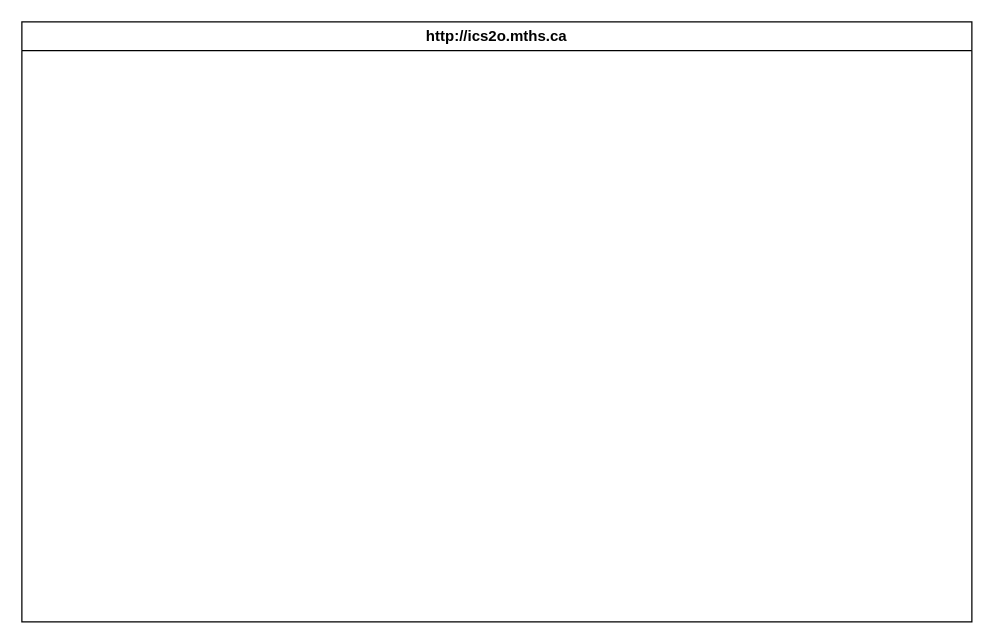
MTHS-ICS2O-2-2022/ICS2O-Unit-5-03-Osamah-Hasan keeps this draw.io diagram as design/storyboard.drawio. Above is the earlier version. Source tidied: cells renumbered, new cells numbered last; positions are measured from the earlier drawing's top-left corner, leaving out a move shared by most shapes. Both pictures are drawn from the tidied source at 125%, with x=0, y=0 at pixel (21, 21). Pictures stored in the file or linked from it are replaced by grey dashed boxes.
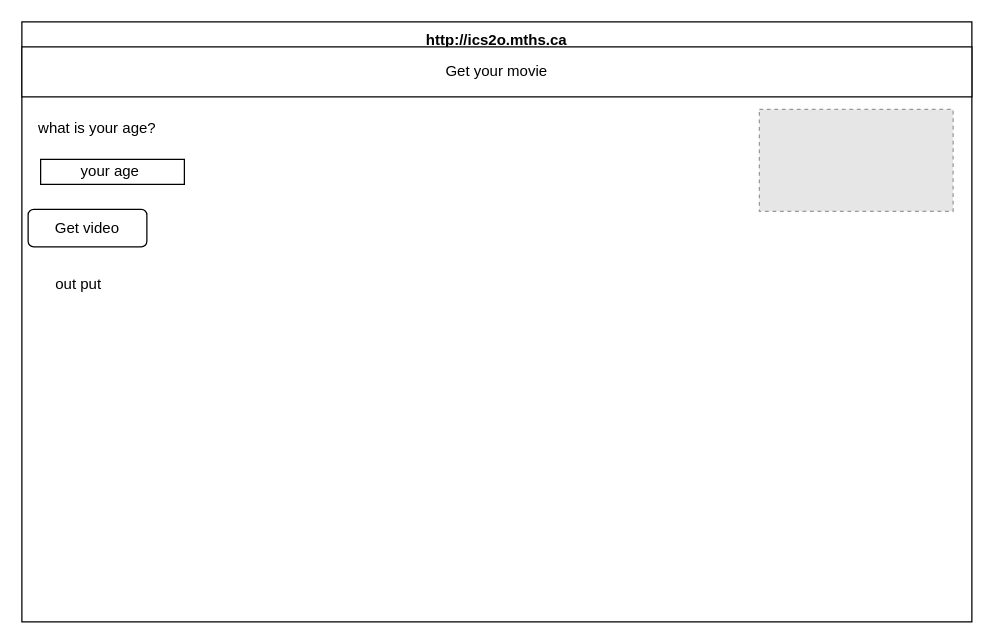
Above is the later version.

Change to the diagram source:
```diff
@@
 <mxGraphModel>
   <root>
     <mxCell id="0" />
     <mxCell id="1" parent="0" />
-    <mxCell id="2" value="http://ics2o.mths.ca" style="swimlane;whiteSpace=wrap;html=1;" parent="1" vertex="1">
+    <mxCell id="2" value="http://ics2o.mths.ca" style="swimlane;whiteSpace=wrap;html=1;startSize=30;" parent="1" vertex="1">
       <mxGeometry width="760" height="480" as="geometry" />
     </mxCell>
+    <mxCell id="3" value="Get your movie" style="whiteSpace=wrap;html=1;" parent="2" vertex="1">
+      <mxGeometry y="20" width="760" height="40" as="geometry" />
+    </mxCell>
+    <mxCell id="4" value="what is your age?" style="text;html=1;align=center;verticalAlign=middle;strokeColor=none;fillColor=none;" parent="2" vertex="1">
+      <mxGeometry y="70" width="120" height="30" as="geometry" />
+    </mxCell>
+    <mxCell id="5" value="your age&amp;nbsp;" style="whiteSpace=wrap;html=1;" parent="2" vertex="1">
+      <mxGeometry x="15" y="110" width="115" height="20" as="geometry" />
+    </mxCell>
+    <mxCell id="6" value="Get video" style="rounded=1;whiteSpace=wrap;html=1;" parent="2" vertex="1">
+      <mxGeometry x="5" y="150" width="95" height="30" as="geometry" />
+    </mxCell>
+    <mxCell id="7" value="out put" style="text;html=1;align=center;verticalAlign=middle;strokeColor=none;fillColor=none;" parent="2" vertex="1">
+      <mxGeometry x="15" y="195" width="60" height="30" as="geometry" />
+    </mxCell>
+    <mxCell id="8" style="fillColor=#E6E6E6;strokeColor=#999999;dashed=1;verticalLabelPosition=bottom;labelBackgroundColor=default;verticalAlign=top;" parent="2" vertex="1">
+      <mxGeometry x="590" y="70" width="155" height="81.5" as="geometry" />
+    </mxCell>
   </root>
 </mxGraphModel>
```
